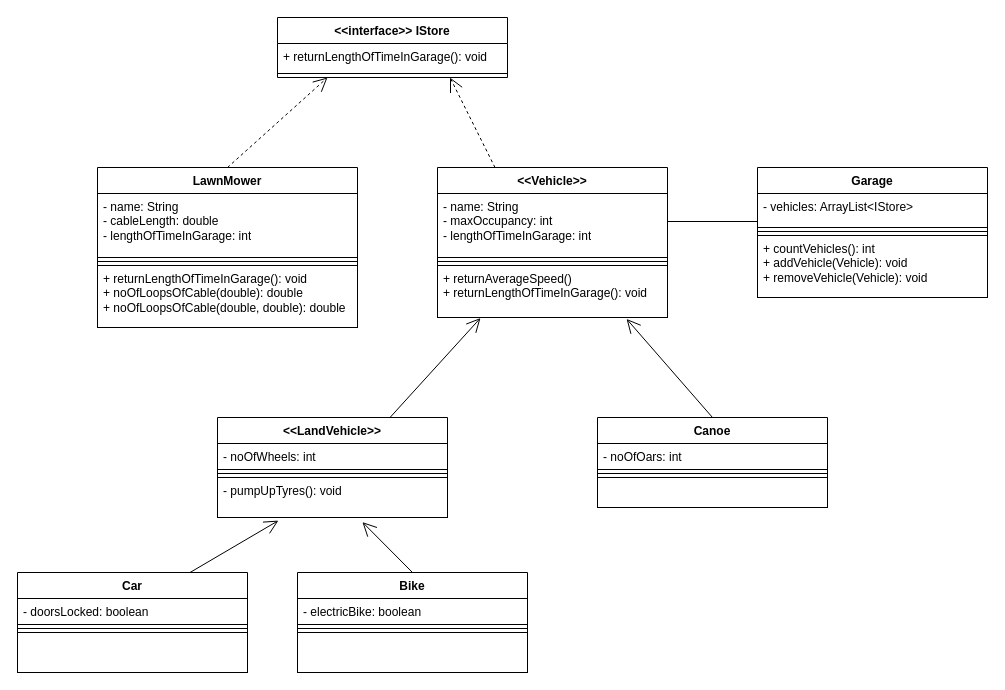
Before: PolymorphismUMLFinal.drawio in H8S8/PolymorphismLab, a draw.io diagram. Source tidied: cells renumbered, new cells numbered last; positions are measured from the earlier drawing's top-left corner, leaving out a move shared by most shapes. Both pictures are drawn from the tidied source at 100%, with x=0, y=0 at pixel (17, 17).
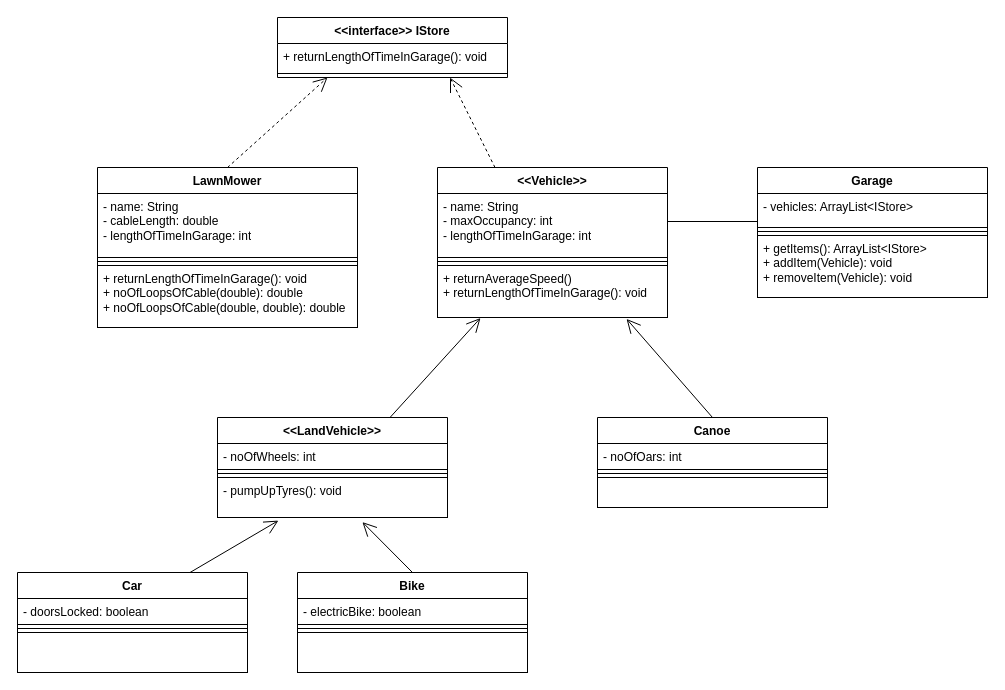
The same page after the edit.

Commit message:
correct UML diagram

Unchanged cells that the change refers to:
```xml
<mxCell id="16" value="Garage" style="swimlane;fontStyle=1;align=center;verticalAlign=top;horizontal=1;startSize=26;whiteSpace=wrap;html=1;strokeColor=#000000;" parent="1" vertex="1">
  <mxGeometry x="740" y="150" width="230" height="130" as="geometry" />
</mxCell>
```

What changed in the source:
```diff
@@
-    <mxCell id="19" value="+ countVehicles(): int&lt;br&gt;+ addVehicle(Vehicle): void&lt;br&gt;+ removeVehicle(Vehicle): void" style="text;strokeColor=#000000;fillColor=none;align=left;verticalAlign=top;spacingLeft=4;spacingRight=4;overflow=hidden;whiteSpace=wrap;html=1;" parent="16" vertex="1">
+    <mxCell id="19" value="+ getItems(): ArrayList&amp;lt;IStore&amp;gt;&lt;br&gt;+ addItem(Vehicle): void&lt;br&gt;+ removeItem(Vehicle): void" style="text;strokeColor=#000000;fillColor=none;align=left;verticalAlign=top;spacingLeft=4;spacingRight=4;overflow=hidden;whiteSpace=wrap;html=1;" parent="16" vertex="1">
       <mxGeometry y="68" width="230" height="62" as="geometry" />
     </mxCell>
```
